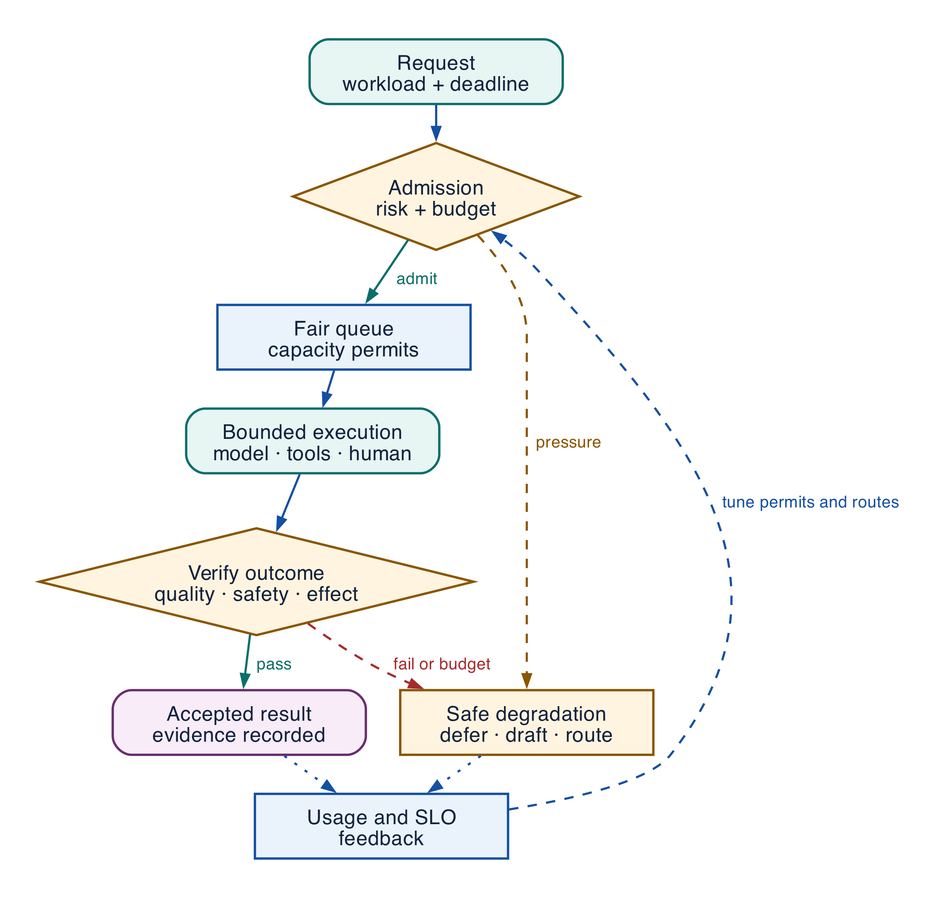
Above: assets/diagrams/reliability-economics.png in rrahimi-uci/building-enterprise-general-intelligence (Graphviz), before the change. Its source is kept beside it as assets/diagrams/src/reliability-economics.gv.
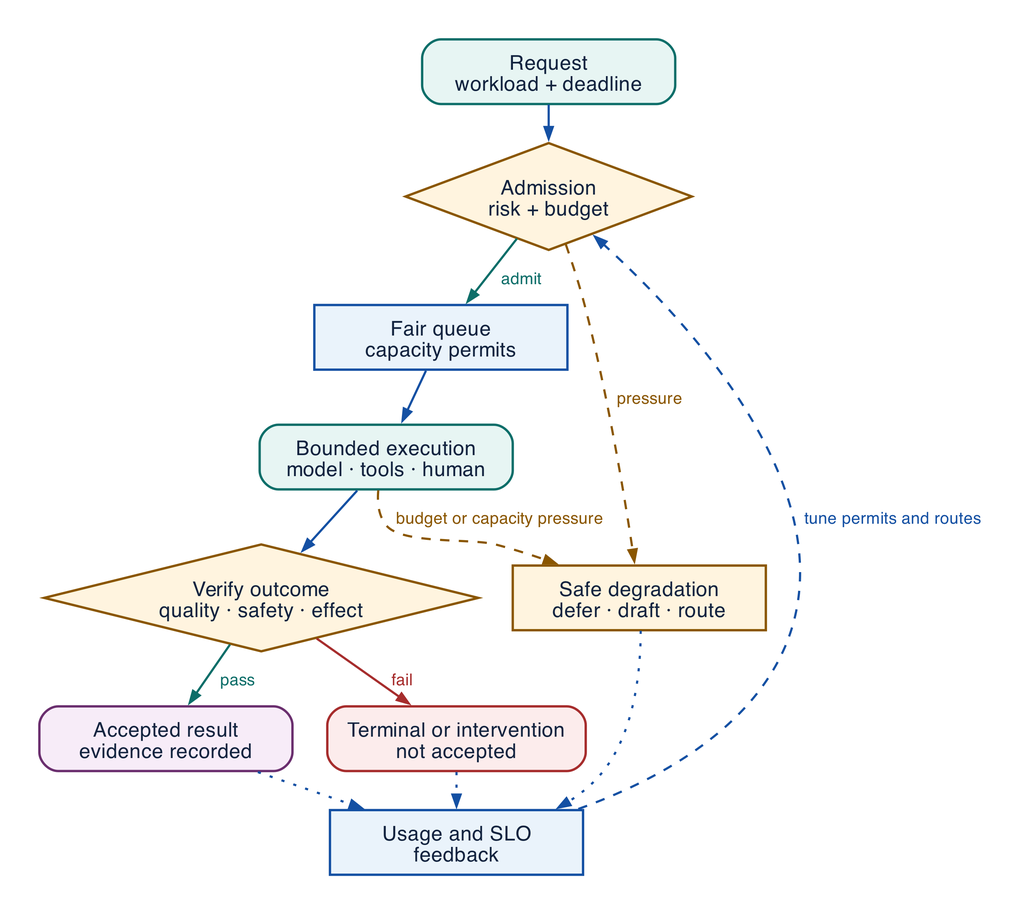
The same diagram one commit later.

Diff of the diagram source:
```diff
@@ -11,6 +11,7 @@
   success [label="Accepted result\nevidence recorded", fillcolor="#F7ECF8", color="#6A2E6E"]
   feedback [label="Usage and SLO\nfeedback", fillcolor="#EAF3FB", color="#1450A3", style=filled]
   degrade [label="Safe degradation\ndefer · draft · route", fillcolor="#FFF4DF", color="#8A5600", style=filled]
+  terminal [label="Terminal or intervention\nnot accepted", fillcolor="#FCECEC", color="#A62C2C", style="rounded,filled"]
 
   request -> admit
   admit -> queue [label="  admit  ", color="#0D6E69", fontcolor="#0D6E69"]
@@ -18,8 +19,10 @@
   queue -> execute
   execute -> verify
   verify -> success [label="  pass  ", color="#0D6E69", fontcolor="#0D6E69"]
-  verify -> degrade [label="  fail or budget  ", color="#A62C2C", fontcolor="#A62C2C", style=dashed]
+  verify -> terminal [label="  fail  ", color="#A62C2C", fontcolor="#A62C2C"]
+  execute -> degrade [label="  budget or capacity pressure  ", color="#8A5600", fontcolor="#8A5600", style=dashed]
   success -> feedback [style=dotted, color="#1450A3", fontcolor="#1450A3"]
   degrade -> feedback [style=dotted, color="#1450A3", fontcolor="#1450A3"]
+  terminal -> feedback [style=dotted, color="#1450A3", fontcolor="#1450A3"]
   feedback -> admit [label="  tune permits and routes  ", color="#1450A3", fontcolor="#1450A3", style=dashed, constraint=false]
 }
```
